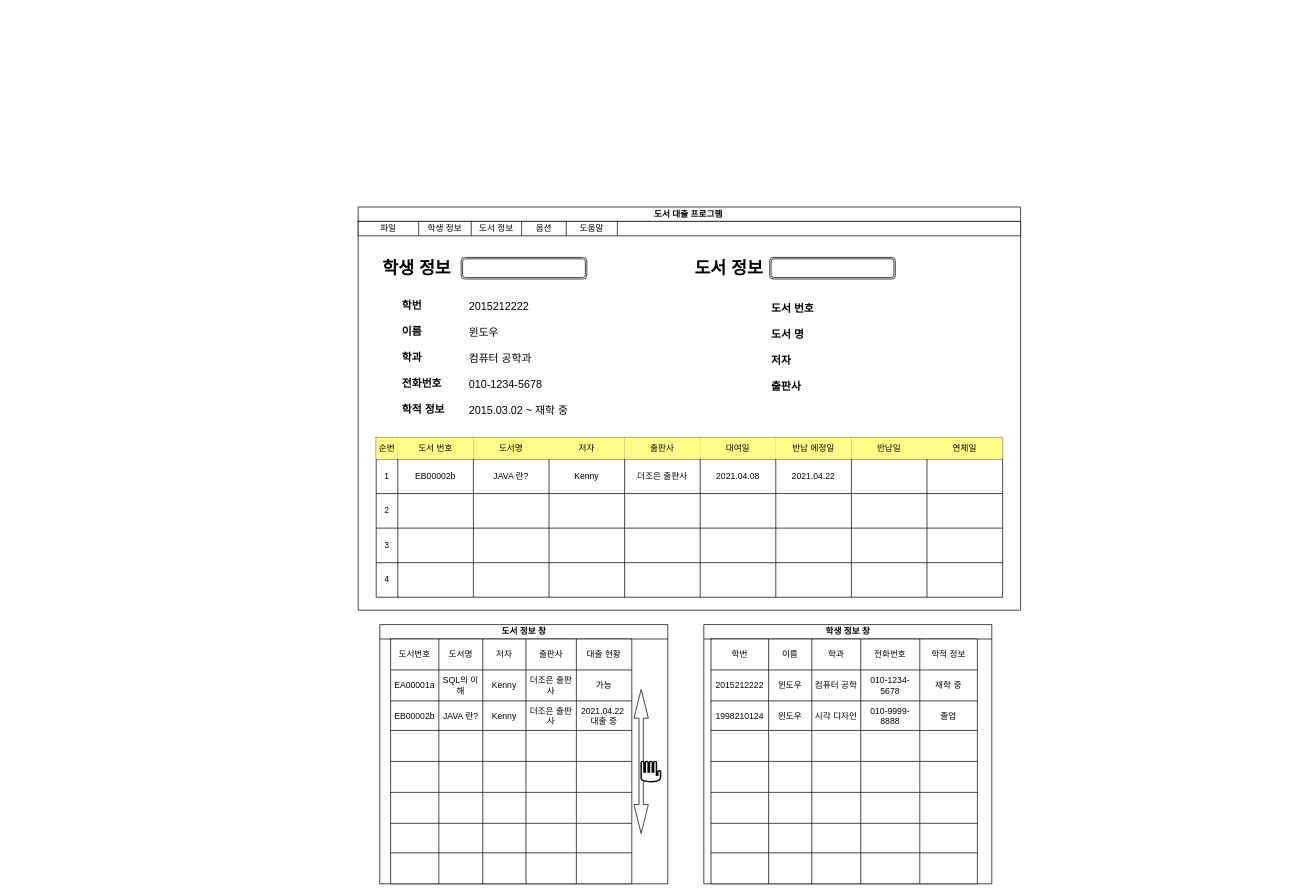
Before: Untitled Diagram.drawio in SooHoon95/Javalec-Real, a draw.io diagram. Source tidied: cells renumbered, new cells numbered last; positions are measured from the earlier drawing's top-left corner, leaving out a move shared by most shapes. Both pictures are drawn from the tidied source at 72%, with x=0, y=0 at pixel (358, 207).
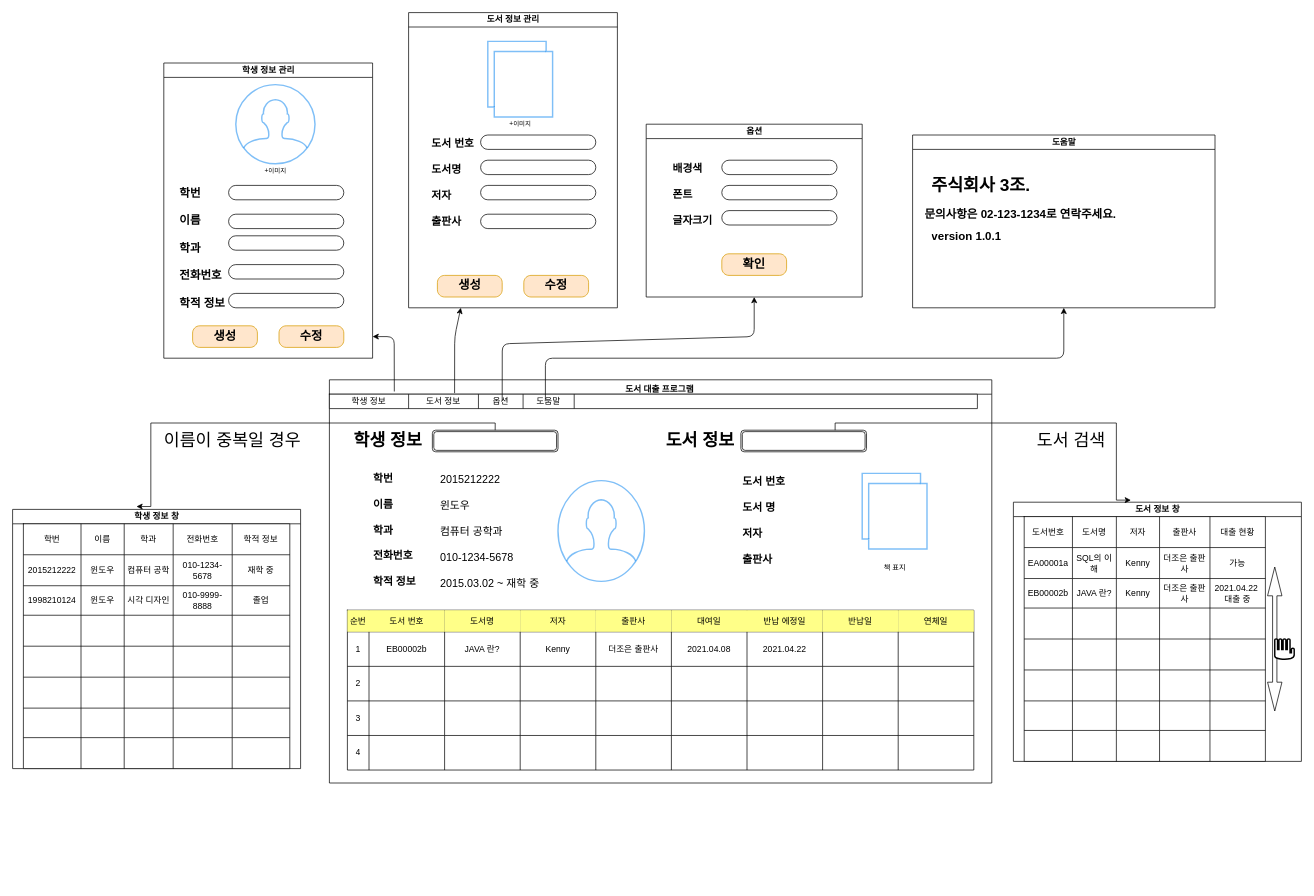
Above is the later version.

Unchanged cells that the change refers to:
```xml
<mxCell id="4" style="shape=ext;double=1;rounded=1;whiteSpace=wrap;html=1;" parent="2" vertex="1">
  <mxGeometry x="571.5" y="70" width="174.5" height="30" as="geometry" />
</mxCell>
<mxCell id="68" style="shape=ext;double=1;rounded=1;whiteSpace=wrap;html=1;" parent="2" vertex="1">
  <mxGeometry x="143" y="70" width="174.5" height="30" as="geometry" />
</mxCell>
```

What changed in the source:
```diff
@@
-    <mxCell id="2" value="도서 대출 프로그램&amp;nbsp;" style="swimlane;html=1;startSize=20;horizontal=1;containerType=tree;newEdgeStyle={&quot;edgeStyle&quot;:&quot;elbowEdgeStyle&quot;,&quot;startArrow&quot;:&quot;none&quot;,&quot;endArrow&quot;:&quot;none&quot;};" parent="1" vertex="1">
-      <mxGeometry width="920" height="560" as="geometry" />
+    <mxCell id="2" value="도서 대출 프로그램&amp;nbsp;" style="swimlane;html=1;startSize=20;horizontal=1;containerType=tree;newEdgeStyle={&quot;edgeStyle&quot;:&quot;elbowEdgeStyle&quot;,&quot;startArrow&quot;:&quot;none&quot;,&quot;endArrow&quot;:&quot;none&quot;};verticalAlign=top;" parent="1" vertex="1">
+      <mxGeometry x="-40" y="240" width="920" height="560" as="geometry" />
     </mxCell>
@@
     <mxCell id="60" style="shape=table;html=1;whiteSpace=wrap;startSize=0;childLayout=tableLayout;" parent="2" vertex="1">
-      <mxGeometry y="20" width="920" height="20" as="geometry" />
+      <mxGeometry y="20" width="900" height="20" as="geometry" />
     </mxCell>
     <mxCell id="61" style="shape=partialRectangle;html=1;whiteSpace=wrap;fillColor=none;top=0;left=0;bottom=0;right=0;" parent="60" vertex="1">
-      <mxGeometry width="920" height="20" as="geometry" />
+      <mxGeometry width="900" height="20" as="geometry" />
     </mxCell>
-    <mxCell id="62" value="파일" style="shape=partialRectangle;html=1;whiteSpace=wrap;overflow=hidden;fillColor=none;top=0;left=0;bottom=0;right=0;" parent="61" vertex="1">
-      <mxGeometry width="84" height="20" as="geometry" />
-    </mxCell>
     <mxCell id="63" value="학생 정보" style="shape=partialRectangle;html=1;whiteSpace=wrap;overflow=hidden;fillColor=none;top=0;left=0;bottom=0;right=0;" parent="61" vertex="1">
-      <mxGeometry x="84" width="73" height="20" as="geometry" />
+      <mxGeometry width="110" height="20" as="geometry" />
     </mxCell>
     <mxCell id="64" value="도서 정보" style="shape=partialRectangle;html=1;whiteSpace=wrap;overflow=hidden;fillColor=none;top=0;left=0;bottom=0;right=0;" parent="61" vertex="1">
-      <mxGeometry x="157" width="70" height="20" as="geometry" />
+      <mxGeometry x="110" width="97" height="20" as="geometry" />
     </mxCell>
     <mxCell id="65" value="옵션" style="shape=partialRectangle;html=1;whiteSpace=wrap;overflow=hidden;fillColor=none;top=0;left=0;bottom=0;right=0;" parent="61" vertex="1">
-      <mxGeometry x="227" width="62" height="20" as="geometry" />
+      <mxGeometry x="207" width="62" height="20" as="geometry" />
     </mxCell>
     <mxCell id="66" value="도움말" style="shape=partialRectangle;html=1;whiteSpace=wrap;overflow=hidden;fillColor=none;top=0;left=0;bottom=0;right=0;" parent="61" vertex="1">
-      <mxGeometry x="289" width="71" height="20" as="geometry" />
+      <mxGeometry x="269" width="71" height="20" as="geometry" />
     </mxCell>
     <mxCell id="67" style="shape=partialRectangle;html=1;whiteSpace=wrap;overflow=hidden;fillColor=none;top=0;left=0;bottom=0;right=0;" parent="61" vertex="1">
-      <mxGeometry x="360" width="560" height="20" as="geometry" />
+      <mxGeometry x="340" width="560" height="20" as="geometry" />
     </mxCell>
@@
+    <mxCell id="171" style="html=1;verticalLabelPosition=bottom;align=center;labelBackgroundColor=#ffffff;verticalAlign=top;strokeWidth=2;strokeColor=#0080F0;shadow=0;dashed=0;shape=mxgraph.ios7.icons.user;fontSize=24;gradientColor=none;opacity=50;" parent="2" vertex="1">
+      <mxGeometry x="317.5" y="140" width="120" height="140" as="geometry" />
+    </mxCell>
+    <mxCell id="172" value="&lt;font size=&quot;1&quot;&gt;책 표지&lt;br&gt;&lt;/font&gt;" style="html=1;verticalLabelPosition=bottom;align=center;labelBackgroundColor=#ffffff;verticalAlign=top;strokeWidth=2;strokeColor=#0080F0;shadow=0;dashed=0;shape=mxgraph.ios7.icons.folders_2;fontSize=24;gradientColor=none;opacity=50;" parent="2" vertex="1">
+      <mxGeometry x="740" y="130" width="90" height="105" as="geometry" />
+    </mxCell>
     <mxCell id="69" value="도서 정보 창" style="swimlane;html=1;startSize=20;horizontal=1;containerType=tree;align=center;" parent="1" vertex="1">
-      <mxGeometry x="30" y="580" width="400" height="360" as="geometry" />
+      <mxGeometry x="910" y="410" width="400" height="360" as="geometry" />
     </mxCell>
@@
     <mxCell id="121" value="학생 정보 창" style="swimlane;html=1;startSize=20;horizontal=1;containerType=tree;align=center;" parent="1" vertex="1">
-      <mxGeometry x="480" y="580" width="400" height="360" as="geometry" />
+      <mxGeometry x="-480" y="420" width="400" height="360" as="geometry" />
     </mxCell>
     <mxCell id="122" style="shape=table;html=1;whiteSpace=wrap;startSize=0;childLayout=tableLayout;" parent="121" vertex="1">
-      <mxGeometry x="10" y="20" width="370" height="340" as="geometry" />
+      <mxGeometry x="15" y="20" width="370" height="340" as="geometry" />
     </mxCell>
@@
+    <mxCell id="173" style="edgeStyle=orthogonalEdgeStyle;rounded=0;jettySize=auto;html=1;exitX=0.5;exitY=0;exitDx=0;exitDy=0;entryX=0.43;entryY=-0.011;entryDx=0;entryDy=0;entryPerimeter=0;fontSize=24;" parent="1" edge="1" source="68" target="121">
+      <mxGeometry relative="1" as="geometry">
+        <Array as="points">
+          <mxPoint x="190" y="300" />
+          <mxPoint x="-288" y="300" />
+          <mxPoint x="-288" y="416" />
+        </Array>
+      </mxGeometry>
+    </mxCell>
+    <mxCell id="174" style="edgeStyle=orthogonalEdgeStyle;rounded=0;jettySize=auto;html=1;exitX=0.75;exitY=0;exitDx=0;exitDy=0;entryX=0.408;entryY=-0.008;entryDx=0;entryDy=0;entryPerimeter=0;fontSize=24;" parent="1" edge="1" source="4" target="69">
+      <mxGeometry relative="1" as="geometry">
+        <Array as="points">
+          <mxPoint x="662" y="300" />
+          <mxPoint x="1053" y="300" />
+        </Array>
+      </mxGeometry>
+    </mxCell>
+    <mxCell id="175" value="이름이 중복일 경우" style="text;html=1;align=center;verticalAlign=middle;strokeColor=none;fontSize=24;" parent="1" vertex="1">
+      <mxGeometry x="-270" y="310" width="190" height="30" as="geometry" />
+    </mxCell>
+    <mxCell id="176" value="도서 검색" style="text;html=1;align=center;verticalAlign=middle;strokeColor=none;fontSize=24;" parent="1" vertex="1">
+      <mxGeometry x="940" y="310" width="100" height="30" as="geometry" />
+    </mxCell>
+    <mxCell id="177" value="학생 정보 관리" style="swimlane;html=1;startSize=20;horizontal=1;containerType=tree;align=center;" parent="1" vertex="1">
+      <mxGeometry x="-270" y="-200" width="290" height="410" as="geometry" />
+    </mxCell>
+    <mxCell id="178" value="생성" style="strokeWidth=1;shadow=0;dashed=0;align=center;html=1;shape=mxgraph.mockup.buttons.button;strokeColor=#d79b00;mainText=;buttonStyle=round;fontSize=17;fontStyle=1;fillColor=#ffe6cc;whiteSpace=wrap;" parent="177" vertex="1">
+      <mxGeometry x="40" y="365" width="90" height="30" as="geometry" />
+    </mxCell>
+    <mxCell id="179" value="&lt;p style=&quot;line-height: 100%&quot;&gt;&lt;/p&gt;&lt;div style=&quot;font-size: 16px&quot;&gt;&lt;b&gt;&lt;font style=&quot;font-size: 16px&quot;&gt;학번&amp;nbsp;&lt;/font&gt;&lt;/b&gt;&lt;/div&gt;&lt;div style=&quot;font-size: 16px&quot;&gt;&lt;b&gt;&lt;font style=&quot;font-size: 16px&quot;&gt;&lt;br&gt;&lt;/font&gt;&lt;/b&gt;&lt;/div&gt;&lt;div style=&quot;font-size: 16px&quot;&gt;&lt;b&gt;&lt;font style=&quot;font-size: 16px&quot;&gt;이름&lt;/font&gt;&lt;/b&gt;&lt;/div&gt;&lt;div style=&quot;font-size: 16px&quot;&gt;&lt;b&gt;&lt;font style=&quot;font-size: 16px&quot;&gt;&lt;br&gt;&lt;/font&gt;&lt;/b&gt;&lt;/div&gt;&lt;div style=&quot;font-size: 16px&quot;&gt;&lt;b&gt;&lt;font style=&quot;font-size: 16px&quot;&gt;학과&lt;/font&gt;&lt;/b&gt;&lt;/div&gt;&lt;div style=&quot;font-size: 16px&quot;&gt;&lt;b&gt;&lt;font style=&quot;font-size: 16px&quot;&gt;&lt;br&gt;&lt;/font&gt;&lt;/b&gt;&lt;/div&gt;&lt;div style=&quot;font-size: 16px&quot;&gt;&lt;b&gt;&lt;font style=&quot;font-size: 16px&quot;&gt;전화번호&lt;/font&gt;&lt;/b&gt;&lt;/div&gt;&lt;div style=&quot;font-size: 16px&quot;&gt;&lt;b&gt;&lt;font style=&quot;font-size: 16px&quot;&gt;&lt;br&gt;&lt;/font&gt;&lt;/b&gt;&lt;/div&gt;&lt;div style=&quot;font-size: 16px&quot;&gt;&lt;b&gt;&lt;font style=&quot;font-size: 16px&quot;&gt;학적 정보&amp;nbsp;&lt;/font&gt;&lt;/b&gt;&lt;/div&gt;&lt;p&gt;&lt;/p&gt;" style="text;strokeColor=none;fillColor=none;html=1;whiteSpace=wrap;verticalAlign=top;overflow=hidden;fontSize=14;horizontal=1;" parent="177" vertex="1">
+      <mxGeometry x="20" y="150" width="70" height="200" as="geometry" />
+    </mxCell>
+    <mxCell id="180" style="html=1;verticalLabelPosition=bottom;align=center;labelBackgroundColor=#ffffff;verticalAlign=top;strokeWidth=2;strokeColor=#0080F0;shadow=0;dashed=0;shape=mxgraph.ios7.icons.user;fontSize=24;gradientColor=none;opacity=50;" parent="177" vertex="1">
+      <mxGeometry x="100" y="30" width="110" height="110" as="geometry" />
+    </mxCell>
+    <mxCell id="181" style="rounded=1;whiteSpace=wrap;html=1;fontSize=24;strokeColor=#000000;strokeWidth=1;gradientColor=none;align=center;arcSize=50;" parent="177" vertex="1">
+      <mxGeometry x="90" y="170" width="160" height="20" as="geometry" />
+    </mxCell>
+    <mxCell id="182" style="rounded=1;whiteSpace=wrap;html=1;fontSize=24;strokeColor=#000000;strokeWidth=1;gradientColor=none;align=center;arcSize=50;" parent="177" vertex="1">
+      <mxGeometry x="90" y="320" width="160" height="20" as="geometry" />
+    </mxCell>
+    <mxCell id="183" style="rounded=1;whiteSpace=wrap;html=1;fontSize=24;strokeColor=#000000;strokeWidth=1;gradientColor=none;align=center;arcSize=50;" parent="177" vertex="1">
+      <mxGeometry x="90" y="280" width="160" height="20" as="geometry" />
+    </mxCell>
+    <mxCell id="184" style="rounded=1;whiteSpace=wrap;html=1;fontSize=24;strokeColor=#000000;strokeWidth=1;gradientColor=none;align=center;arcSize=50;" parent="177" vertex="1">
+      <mxGeometry x="90" y="240" width="160" height="20" as="geometry" />
+    </mxCell>
+    <mxCell id="185" value="수정" style="strokeWidth=1;shadow=0;dashed=0;align=center;html=1;shape=mxgraph.mockup.buttons.button;strokeColor=#d79b00;mainText=;buttonStyle=round;fontSize=17;fontStyle=1;fillColor=#ffe6cc;whiteSpace=wrap;" parent="177" vertex="1">
+      <mxGeometry x="160" y="365" width="90" height="30" as="geometry" />
+    </mxCell>
+    <mxCell id="186" value="+이미지" style="text;html=1;align=center;verticalAlign=middle;strokeColor=none;fontSize=9;" parent="177" vertex="1">
+      <mxGeometry x="130" y="140" width="50" height="20" as="geometry" />
+    </mxCell>
+    <mxCell id="187" style="rounded=1;whiteSpace=wrap;html=1;fontSize=24;strokeColor=#000000;strokeWidth=1;gradientColor=none;align=center;arcSize=50;" parent="177" vertex="1">
+      <mxGeometry x="90" y="210" width="160" height="20" as="geometry" />
+    </mxCell>
+    <mxCell id="188" value="도서 정보 관리" style="swimlane;html=1;startSize=20;horizontal=1;containerType=tree;align=center;" parent="1" vertex="1">
+      <mxGeometry x="70" y="-270" width="290" height="410" as="geometry" />
+    </mxCell>
+    <mxCell id="189" value="생성" style="strokeWidth=1;shadow=0;dashed=0;align=center;html=1;shape=mxgraph.mockup.buttons.button;strokeColor=#d79b00;mainText=;buttonStyle=round;fontSize=17;fontStyle=1;fillColor=#ffe6cc;whiteSpace=wrap;" parent="188" vertex="1">
+      <mxGeometry x="40" y="365" width="90" height="30" as="geometry" />
+    </mxCell>
+    <mxCell id="190" value="수정" style="strokeWidth=1;shadow=0;dashed=0;align=center;html=1;shape=mxgraph.mockup.buttons.button;strokeColor=#d79b00;mainText=;buttonStyle=round;fontSize=17;fontStyle=1;fillColor=#ffe6cc;whiteSpace=wrap;" parent="188" vertex="1">
+      <mxGeometry x="160" y="365" width="90" height="30" as="geometry" />
+    </mxCell>
+    <mxCell id="191" value="&lt;div&gt;&lt;b&gt;도서 번호&lt;/b&gt;&lt;/div&gt;&lt;b&gt;&lt;div&gt;&lt;br&gt;&lt;/div&gt;&lt;div&gt;&lt;b&gt;도서명&lt;/b&gt;&lt;/div&gt;&lt;div&gt;&lt;br&gt;&lt;/div&gt;&lt;div&gt;&lt;b&gt;저자&lt;/b&gt;&lt;/div&gt;&lt;div&gt;&lt;br&gt;&lt;/div&gt;&lt;div&gt;&lt;b&gt;출판사&lt;/b&gt;&lt;/div&gt;&lt;/b&gt;" style="text;strokeColor=none;fillColor=none;html=1;whiteSpace=wrap;verticalAlign=middle;overflow=hidden;fontSize=15;align=left;" parent="188" vertex="1">
+      <mxGeometry x="30" y="170" width="67" height="130" as="geometry" />
+    </mxCell>
+    <mxCell id="192" style="rounded=1;whiteSpace=wrap;html=1;fontSize=24;strokeColor=#000000;strokeWidth=1;gradientColor=none;align=center;arcSize=50;" parent="188" vertex="1">
+      <mxGeometry x="100" y="170" width="160" height="20" as="geometry" />
+    </mxCell>
+    <mxCell id="193" style="rounded=1;whiteSpace=wrap;html=1;fontSize=24;strokeColor=#000000;strokeWidth=1;gradientColor=none;align=center;arcSize=50;" parent="188" vertex="1">
+      <mxGeometry x="100" y="280" width="160" height="20" as="geometry" />
+    </mxCell>
+    <mxCell id="194" style="rounded=1;whiteSpace=wrap;html=1;fontSize=24;strokeColor=#000000;strokeWidth=1;gradientColor=none;align=center;arcSize=50;" parent="188" vertex="1">
+      <mxGeometry x="100" y="240" width="160" height="20" as="geometry" />
+    </mxCell>
+    <mxCell id="195" style="rounded=1;whiteSpace=wrap;html=1;fontSize=24;strokeColor=#000000;strokeWidth=1;gradientColor=none;align=center;arcSize=50;" parent="188" vertex="1">
+      <mxGeometry x="100" y="205" width="160" height="20" as="geometry" />
+    </mxCell>
+    <mxCell id="196" value="&lt;font size=&quot;1&quot;&gt;&lt;br&gt;&lt;/font&gt;" style="html=1;verticalLabelPosition=bottom;align=center;labelBackgroundColor=#ffffff;verticalAlign=top;strokeWidth=2;strokeColor=#0080F0;shadow=0;dashed=0;shape=mxgraph.ios7.icons.folders_2;fontSize=24;gradientColor=none;opacity=50;" parent="188" vertex="1">
+      <mxGeometry x="110" y="40" width="90" height="105" as="geometry" />
+    </mxCell>
+    <mxCell id="197" value="+이미지" style="text;html=1;align=center;verticalAlign=middle;strokeColor=none;fontSize=9;" parent="188" vertex="1">
+      <mxGeometry x="130" y="145" width="50" height="20" as="geometry" />
+    </mxCell>
+    <mxCell id="198" style="endArrow=classic;html=1;fontSize=14;exitX=0.189;exitY=0.033;exitDx=0;exitDy=0;exitPerimeter=0;entryX=0.25;entryY=1;entryDx=0;entryDy=0;" parent="1" edge="1" source="2" target="188">
+      <mxGeometry relative="1" as="geometry">
+        <Array as="points">
+          <mxPoint x="134" y="180" />
+        </Array>
+      </mxGeometry>
+    </mxCell>
+    <mxCell id="199" style="endArrow=classic;html=1;fontSize=14;exitX=0.098;exitY=0.029;exitDx=0;exitDy=0;exitPerimeter=0;" parent="1" edge="1" source="2">
+      <mxGeometry relative="1" as="geometry">
+        <mxPoint x="20" y="180" as="targetPoint" />
+        <Array as="points">
+          <mxPoint x="50" y="180" />
+        </Array>
+      </mxGeometry>
+    </mxCell>
+    <mxCell id="200" value="옵션" style="swimlane;html=1;startSize=20;horizontal=1;containerType=tree;align=center;" parent="1" vertex="1">
+      <mxGeometry x="400" y="-115" width="300" height="240" as="geometry" />
+    </mxCell>
+    <mxCell id="201" value="확인" style="strokeWidth=1;shadow=0;dashed=0;align=center;html=1;shape=mxgraph.mockup.buttons.button;strokeColor=#d79b00;mainText=;buttonStyle=round;fontSize=17;fontStyle=1;fillColor=#ffe6cc;whiteSpace=wrap;" parent="200" vertex="1">
+      <mxGeometry x="105" y="180" width="90" height="30" as="geometry" />
+    </mxCell>
+    <mxCell id="202" value="&lt;div&gt;&lt;b&gt;배경색&lt;/b&gt;&lt;/div&gt;&lt;b&gt;&lt;div&gt;&lt;br&gt;&lt;/div&gt;&lt;div&gt;폰트&lt;/div&gt;&lt;div&gt;&lt;br&gt;&lt;/div&gt;&lt;div&gt;&lt;b&gt;글자크기&lt;/b&gt;&lt;/div&gt;&lt;div&gt;&lt;br&gt;&lt;/div&gt;&lt;div&gt;&lt;br&gt;&lt;/div&gt;&lt;/b&gt;" style="text;strokeColor=none;fillColor=none;html=1;whiteSpace=wrap;verticalAlign=middle;overflow=hidden;fontSize=15;align=left;" parent="200" vertex="1">
+      <mxGeometry x="35" y="50" width="67" height="130" as="geometry" />
+    </mxCell>
+    <mxCell id="203" style="rounded=1;whiteSpace=wrap;html=1;fontSize=24;strokeColor=#000000;strokeWidth=1;gradientColor=none;align=center;arcSize=50;" parent="200" vertex="1">
+      <mxGeometry x="105" y="50" width="160" height="20" as="geometry" />
+    </mxCell>
+    <mxCell id="204" style="rounded=1;whiteSpace=wrap;html=1;fontSize=24;strokeColor=#000000;strokeWidth=1;gradientColor=none;align=center;arcSize=50;" parent="200" vertex="1">
+      <mxGeometry x="105" y="120" width="160" height="20" as="geometry" />
+    </mxCell>
+    <mxCell id="205" style="rounded=1;whiteSpace=wrap;html=1;fontSize=24;strokeColor=#000000;strokeWidth=1;gradientColor=none;align=center;arcSize=50;" parent="200" vertex="1">
+      <mxGeometry x="105" y="85" width="160" height="20" as="geometry" />
+    </mxCell>
+    <mxCell id="206" style="endArrow=classic;html=1;fontSize=14;exitX=0.189;exitY=0.033;exitDx=0;exitDy=0;exitPerimeter=0;entryX=0.5;entryY=1;entryDx=0;entryDy=0;" parent="1" edge="1" target="200">
+      <mxGeometry relative="1" as="geometry">
+        <mxPoint x="200" y="268.5" as="sourcePoint" />
+        <Array as="points">
+          <mxPoint x="200.1" y="190" />
+          <mxPoint x="550" y="180" />
+        </Array>
+      </mxGeometry>
+    </mxCell>
+    <mxCell id="207" value="도움말" style="swimlane;html=1;startSize=20;horizontal=1;containerType=tree;align=center;" parent="1" vertex="1">
+      <mxGeometry x="770" y="-100" width="420" height="240" as="geometry" />
+    </mxCell>
+    <mxCell id="208" value="&lt;div&gt;&lt;br&gt;&lt;/div&gt;" style="text;strokeColor=none;fillColor=none;html=1;whiteSpace=wrap;verticalAlign=middle;overflow=hidden;fontSize=15;align=left;" parent="207" vertex="1">
+      <mxGeometry x="35" y="50" width="67" height="130" as="geometry" />
+    </mxCell>
+    <mxCell id="209" value="&lt;div style=&quot;font-size: 24px&quot;&gt;주식회사 3조.&lt;/div&gt;" style="text;strokeColor=none;fillColor=none;html=1;whiteSpace=wrap;verticalAlign=middle;overflow=hidden;align=center;fontSize=24;fontStyle=1;" parent="207" vertex="1">
+      <mxGeometry x="20" y="50" width="150" height="40" as="geometry" />
+    </mxCell>
+    <mxCell id="210" value="&lt;div style=&quot;font-size: 16px;&quot;&gt;문의사항은 02-123-1234로 연락주세요.&lt;/div&gt;" style="text;strokeColor=none;fillColor=none;html=1;whiteSpace=wrap;verticalAlign=middle;overflow=hidden;align=center;fontSize=16;fontStyle=1;" parent="207" vertex="1">
+      <mxGeometry x="-20" y="90" width="340" height="40" as="geometry" />
+    </mxCell>
+    <mxCell id="211" value="&lt;div style=&quot;font-size: 16px&quot;&gt;version 1.0.1&lt;/div&gt;" style="text;strokeColor=none;fillColor=none;html=1;whiteSpace=wrap;verticalAlign=middle;overflow=hidden;align=center;fontSize=16;fontStyle=1;" parent="207" vertex="1">
+      <mxGeometry x="-30" y="120" width="210" height="40" as="geometry" />
+    </mxCell>
+    <mxCell id="212" style="endArrow=classic;html=1;fontSize=14;exitX=0.189;exitY=0.033;exitDx=0;exitDy=0;exitPerimeter=0;entryX=0.5;entryY=1;entryDx=0;entryDy=0;" parent="1" edge="1" target="207">
+      <mxGeometry relative="1" as="geometry">
+        <mxPoint x="260" y="268.5" as="sourcePoint" />
+        <Array as="points">
+          <mxPoint x="260" y="210" />
+          <mxPoint x="980" y="210" />
+        </Array>
+      </mxGeometry>
+    </mxCell>
```
